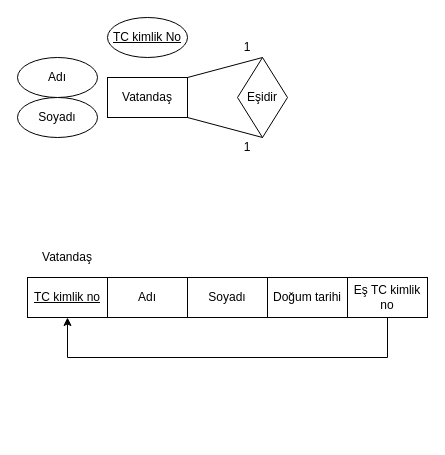
The draw.io diagram ogrenci_bilgi_sistemi.drawio in semihhdemirel/semihhdemirel, before the edit. Source tidied: cells renumbered, new cells numbered last; positions are measured from the earlier drawing's top-left corner, leaving out a move shared by most shapes. Both pictures are drawn from the tidied source at 100%, with x=0, y=0 at pixel (17, 17).
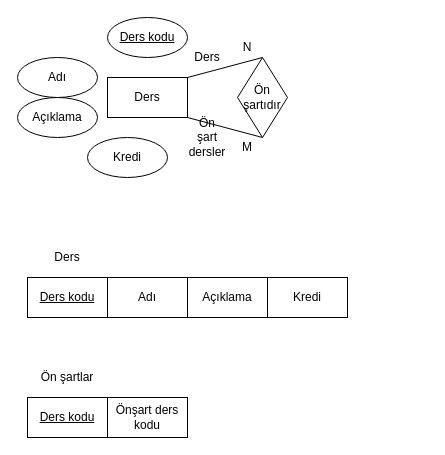
After the change.

Change to the diagram source:
```diff
@@
-    <mxCell id="2" value="Vatandaş" style="rounded=0;whiteSpace=wrap;html=1;" parent="1" vertex="1">
+    <mxCell id="2" value="Ders" style="rounded=0;whiteSpace=wrap;html=1;" parent="1" vertex="1">
       <mxGeometry x="90" y="60" width="80" height="40" as="geometry" />
     </mxCell>
-    <mxCell id="3" value="&lt;u&gt;TC kimlik No&lt;/u&gt;" style="ellipse;whiteSpace=wrap;html=1;" parent="1" vertex="1">
+    <mxCell id="3" value="&lt;u&gt;Ders kodu&lt;/u&gt;" style="ellipse;whiteSpace=wrap;html=1;" parent="1" vertex="1">
       <mxGeometry x="90" width="80" height="40" as="geometry" />
     </mxCell>
-    <mxCell id="4" value="Vatandaş" style="text;html=1;align=center;verticalAlign=middle;whiteSpace=wrap;rounded=0;" parent="1" vertex="1">
+    <mxCell id="4" value="Ders" style="text;html=1;align=center;verticalAlign=middle;whiteSpace=wrap;rounded=0;" parent="1" vertex="1">
       <mxGeometry x="10" y="220" width="80" height="40" as="geometry" />
     </mxCell>
-    <mxCell id="5" value="&lt;u&gt;TC kimlik no&lt;/u&gt;" style="rounded=0;whiteSpace=wrap;html=1;" parent="1" vertex="1">
+    <mxCell id="5" value="&lt;u&gt;Ders kodu&lt;/u&gt;" style="rounded=0;whiteSpace=wrap;html=1;" parent="1" vertex="1">
       <mxGeometry x="10" y="260" width="80" height="40" as="geometry" />
     </mxCell>
@@
-    <mxCell id="8" value="Soyadı" style="rounded=0;whiteSpace=wrap;html=1;" parent="1" vertex="1">
+    <mxCell id="8" value="Açıklama" style="rounded=0;whiteSpace=wrap;html=1;" parent="1" vertex="1">
       <mxGeometry x="170" y="260" width="80" height="40" as="geometry" />
     </mxCell>
-    <mxCell id="9" value="Soyadı" style="ellipse;whiteSpace=wrap;html=1;" parent="1" vertex="1">
+    <mxCell id="9" value="Açıklama" style="ellipse;whiteSpace=wrap;html=1;" parent="1" vertex="1">
       <mxGeometry y="80" width="80" height="40" as="geometry" />
     </mxCell>
-    <mxCell id="10" value="Eşidir" style="rhombus;whiteSpace=wrap;html=1;" parent="1" vertex="1">
+    <mxCell id="10" value="Ön şartıdır" style="rhombus;whiteSpace=wrap;html=1;" parent="1" vertex="1">
       <mxGeometry x="220" y="40" width="50" height="80" as="geometry" />
     </mxCell>
@@
-    <mxCell id="13" value="1" style="text;html=1;align=center;verticalAlign=middle;whiteSpace=wrap;rounded=0;" parent="1" vertex="1">
+    <mxCell id="13" value="N" style="text;html=1;align=center;verticalAlign=middle;whiteSpace=wrap;rounded=0;" parent="1" vertex="1">
       <mxGeometry x="220" y="20" width="20" height="20" as="geometry" />
     </mxCell>
-    <mxCell id="14" value="1" style="text;html=1;align=center;verticalAlign=middle;whiteSpace=wrap;rounded=0;" parent="1" vertex="1">
+    <mxCell id="14" value="M" style="text;html=1;align=center;verticalAlign=middle;whiteSpace=wrap;rounded=0;" parent="1" vertex="1">
       <mxGeometry x="220" y="120" width="20" height="20" as="geometry" />
     </mxCell>
-    <mxCell id="15" value="Doğum tarihi" style="rounded=0;whiteSpace=wrap;html=1;" parent="1" vertex="1">
+    <mxCell id="15" value="Kredi" style="rounded=0;whiteSpace=wrap;html=1;" parent="1" vertex="1">
       <mxGeometry x="250" y="260" width="80" height="40" as="geometry" />
     </mxCell>
-    <mxCell id="16" value="Eş TC kimlik no" style="rounded=0;whiteSpace=wrap;html=1;" parent="1" vertex="1">
-      <mxGeometry x="330" y="260" width="80" height="40" as="geometry" />
-    </mxCell>
-    <mxCell id="17" style="endArrow=none;html=1;rounded=0;" parent="1" edge="1">
-      <mxGeometry relative="1" as="geometry">
-        <mxPoint x="370" y="340" as="sourcePoint" />
-        <mxPoint x="370" y="300" as="targetPoint" />
-      </mxGeometry>
-    </mxCell>
-    <mxCell id="18" style="endArrow=none;html=1;rounded=0;" parent="1" edge="1">
-      <mxGeometry relative="1" as="geometry">
-        <mxPoint x="50" y="340" as="sourcePoint" />
-        <mxPoint x="370" y="340" as="targetPoint" />
-      </mxGeometry>
-    </mxCell>
-    <mxCell id="19" style="endArrow=classic;html=1;rounded=0;entryX=0.5;entryY=1;entryDx=0;entryDy=0;" parent="1" edge="1" target="5">
-      <mxGeometry relative="1" as="geometry">
-        <mxPoint x="50" y="340" as="sourcePoint" />
-      </mxGeometry>
-    </mxCell>
+    <mxCell id="20" value="Kredi" style="ellipse;whiteSpace=wrap;html=1;" parent="1" vertex="1">
+      <mxGeometry x="70" y="120" width="80" height="40" as="geometry" />
+    </mxCell>
+    <mxCell id="21" value="Ders" style="text;html=1;align=center;verticalAlign=middle;whiteSpace=wrap;rounded=0;" parent="1" vertex="1">
+      <mxGeometry x="180" y="30" width="20" height="20" as="geometry" />
+    </mxCell>
+    <mxCell id="22" value="Ön şart dersler" style="text;html=1;align=center;verticalAlign=middle;whiteSpace=wrap;rounded=0;" parent="1" vertex="1">
+      <mxGeometry x="180" y="110" width="20" height="20" as="geometry" />
+    </mxCell>
+    <mxCell id="23" value="Ön şartlar" style="text;html=1;align=center;verticalAlign=middle;whiteSpace=wrap;rounded=0;" parent="1" vertex="1">
+      <mxGeometry x="10" y="340" width="80" height="40" as="geometry" />
+    </mxCell>
+    <mxCell id="24" value="&lt;u&gt;Ders kodu&lt;/u&gt;" style="rounded=0;whiteSpace=wrap;html=1;" parent="1" vertex="1">
+      <mxGeometry x="10" y="380" width="80" height="40" as="geometry" />
+    </mxCell>
+    <mxCell id="25" value="Önşart ders kodu" style="rounded=0;whiteSpace=wrap;html=1;" parent="1" vertex="1">
+      <mxGeometry x="90" y="380" width="80" height="40" as="geometry" />
+    </mxCell>
```
